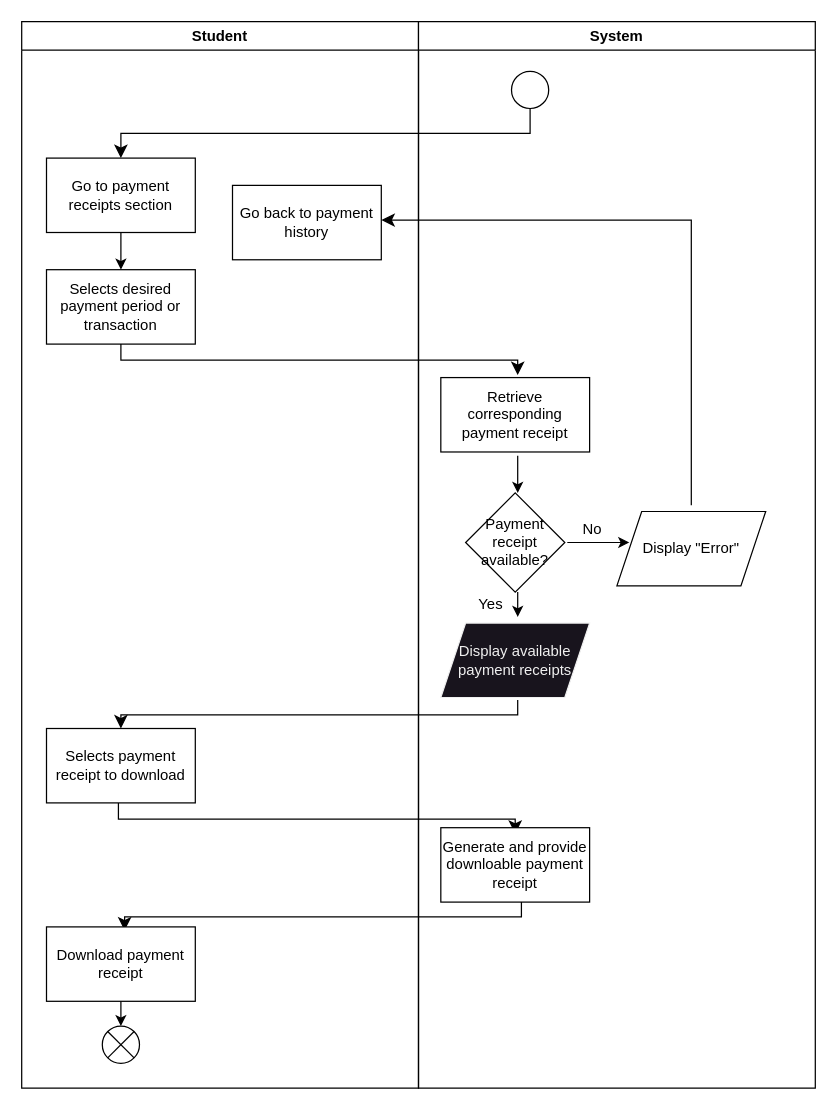
Before: project/drawio/stakeholder/activity diagram/uc22.drawio in drshahizan/software-engineering, a draw.io diagram. Source tidied: cells renumbered, new cells numbered last; positions are measured from the earlier drawing's top-left corner, leaving out a move shared by most shapes. Both pictures are drawn from the tidied source at 124%, with x=0, y=0 at pixel (21, 21).
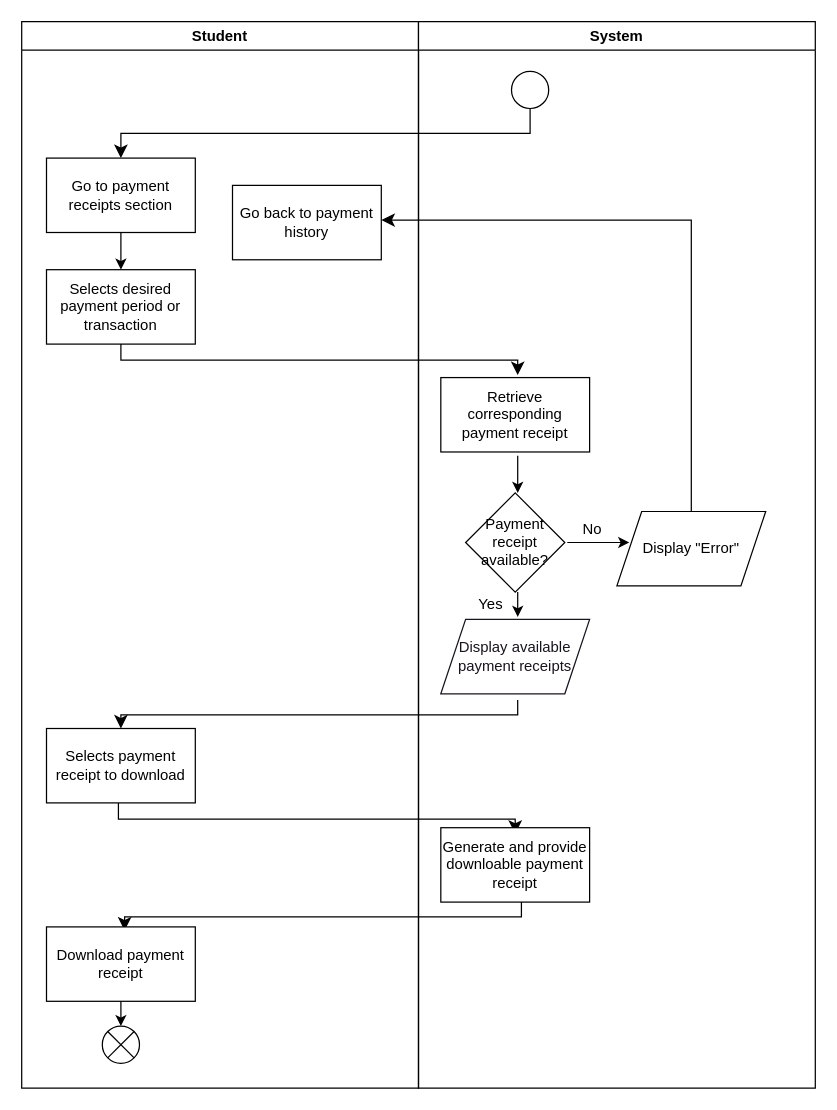
Above is the later version.

The change refers to these unchanged cells:
```xml
<mxCell id="12" value="Yes" style="text;html=1;align=center;verticalAlign=middle;points=[];strokeColor=none;fillColor=none;" parent="1" vertex="1">
  <mxGeometry x="358" y="455" width="40" height="30" as="geometry" />
</mxCell>
<mxCell id="24" value="Display &quot;Error&quot;" style="shape=parallelogram;perimeter=parallelogramPerimeter;whiteSpace=wrap;html=1;fixedSize=1;" parent="1" vertex="1">
  <mxGeometry x="480" y="395" width="120" height="60" as="geometry" />
</mxCell>
```

Diff of the diagram source:
```diff
@@
+    <mxCell id="29" style="edgeStyle=none;html=1;" parent="1" edge="1" source="12" target="13">
+      <mxGeometry relative="1" as="geometry" />
+    </mxCell>
@@
-    <mxCell id="13" value="Display available payment receipts" style="shape=parallelogram;perimeter=parallelogramPerimeter;whiteSpace=wrap;html=1;fixedSize=1;fontFamily=Helvetica;fontSize=12;fontColor=rgb(240, 240, 240);align=center;strokeColor=rgb(240, 240, 240);fillColor=rgb(24, 20, 29);" parent="1" vertex="1">
-      <mxGeometry x="338" y="485" width="120" height="60" as="geometry" />
+    <mxCell id="13" value="&lt;font color=&quot;#18141d&quot;&gt;Display available payment receipts&lt;/font&gt;" style="shape=parallelogram;perimeter=parallelogramPerimeter;whiteSpace=wrap;html=1;fixedSize=1;fontFamily=Helvetica;fontSize=12;fontColor=rgb(240, 240, 240);align=center;strokeColor=#18141D;fillColor=#FFFFFF;" parent="1" vertex="1">
+      <mxGeometry x="338" y="482" width="120" height="60" as="geometry" />
     </mxCell>
@@
-    <mxCell id="25" style="edgeStyle=elbowEdgeStyle;elbow=vertical;endArrow=classic;html=1;curved=0;rounded=0;endSize=8;startSize=8;" parent="1" edge="1">
+    <mxCell id="25" style="edgeStyle=elbowEdgeStyle;elbow=vertical;endArrow=classic;html=1;curved=0;rounded=0;endSize=8;startSize=8;" parent="1" edge="1" source="24">
       <mxGeometry relative="1" as="geometry">
-        <mxPoint x="540" y="390" as="sourcePoint" />
         <mxPoint x="290" y="160" as="targetPoint" />
         <Array as="points">
           <mxPoint x="290" y="160" />
         </Array>
       </mxGeometry>
     </mxCell>
```
